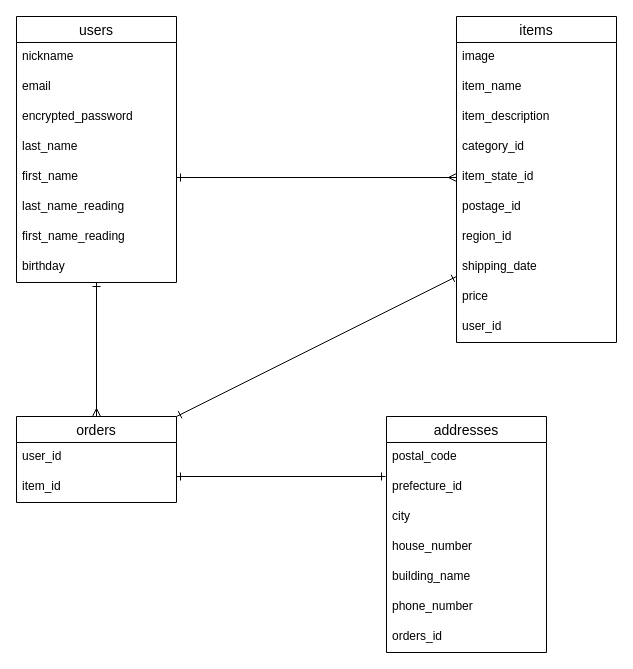
Before: furima.dio in nishitaku8338/furima-34000, a draw.io diagram. Source tidied: cells renumbered, new cells numbered last; positions are measured from the earlier drawing's top-left corner, leaving out a move shared by most shapes. Both pictures are drawn from the tidied source at 100%, with x=0, y=0 at pixel (16, 16).
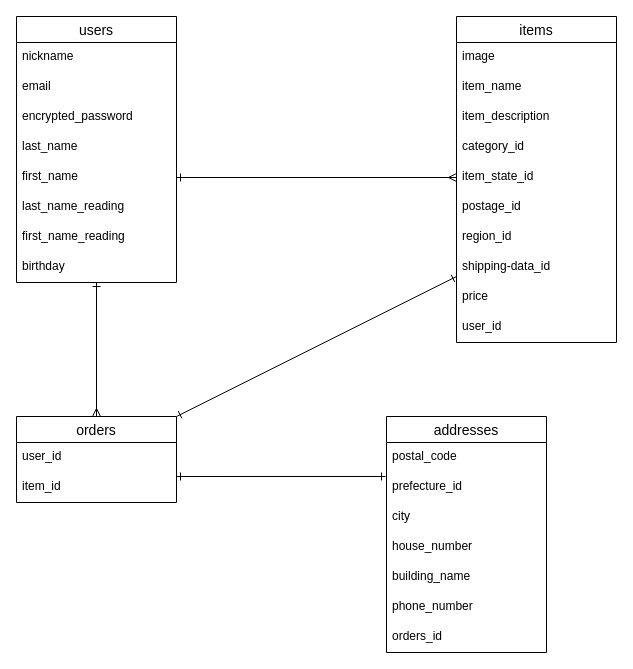
Above is the later version.

Commit message:
ER図　最新を更新

The change refers to these unchanged cells:
```xml
<mxCell id="13" value="items" style="swimlane;fontStyle=0;horizontal=1;startSize=26;align=center;fontSize=14;shadow=0;fillColor=none;gradientColor=none;" parent="3" vertex="1">
  <mxGeometry x="440" width="160" height="326" as="geometry" />
</mxCell>
```

What changed in the source:
```diff
@@
-    <mxCell id="21" value="shipping_date" style="text;strokeColor=none;fillColor=none;spacingLeft=4;spacingRight=4;overflow=hidden;fontSize=12;" parent="13" vertex="1">
+    <mxCell id="21" value="shipping-data_id" style="text;strokeColor=none;fillColor=none;spacingLeft=4;spacingRight=4;overflow=hidden;fontSize=12;" parent="13" vertex="1">
       <mxGeometry y="236" width="160" height="30" as="geometry" />
     </mxCell>
```
